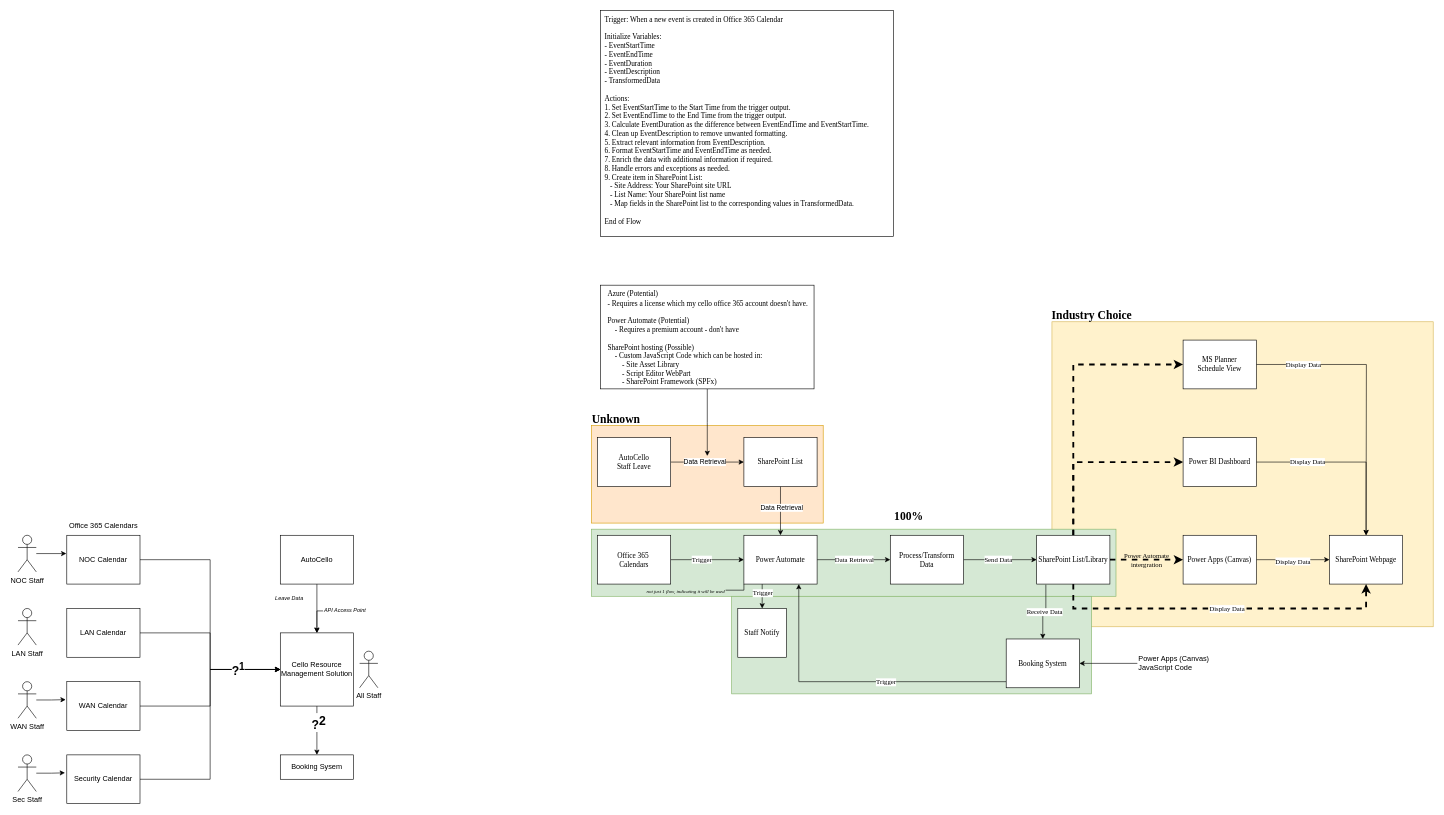
The draw.io diagram page "Dataflow" (1 of 2) of Dataflow and Design.drawio in Birphon/BCIS309-CelloProject, before the edit. Source tidied: cells renumbered, new cells numbered last; positions are measured from the earlier drawing's top-left corner, leaving out a move shared by most shapes. Both pictures are drawn from the tidied source at 61%, with x=0, y=0 at pixel (18, 10).
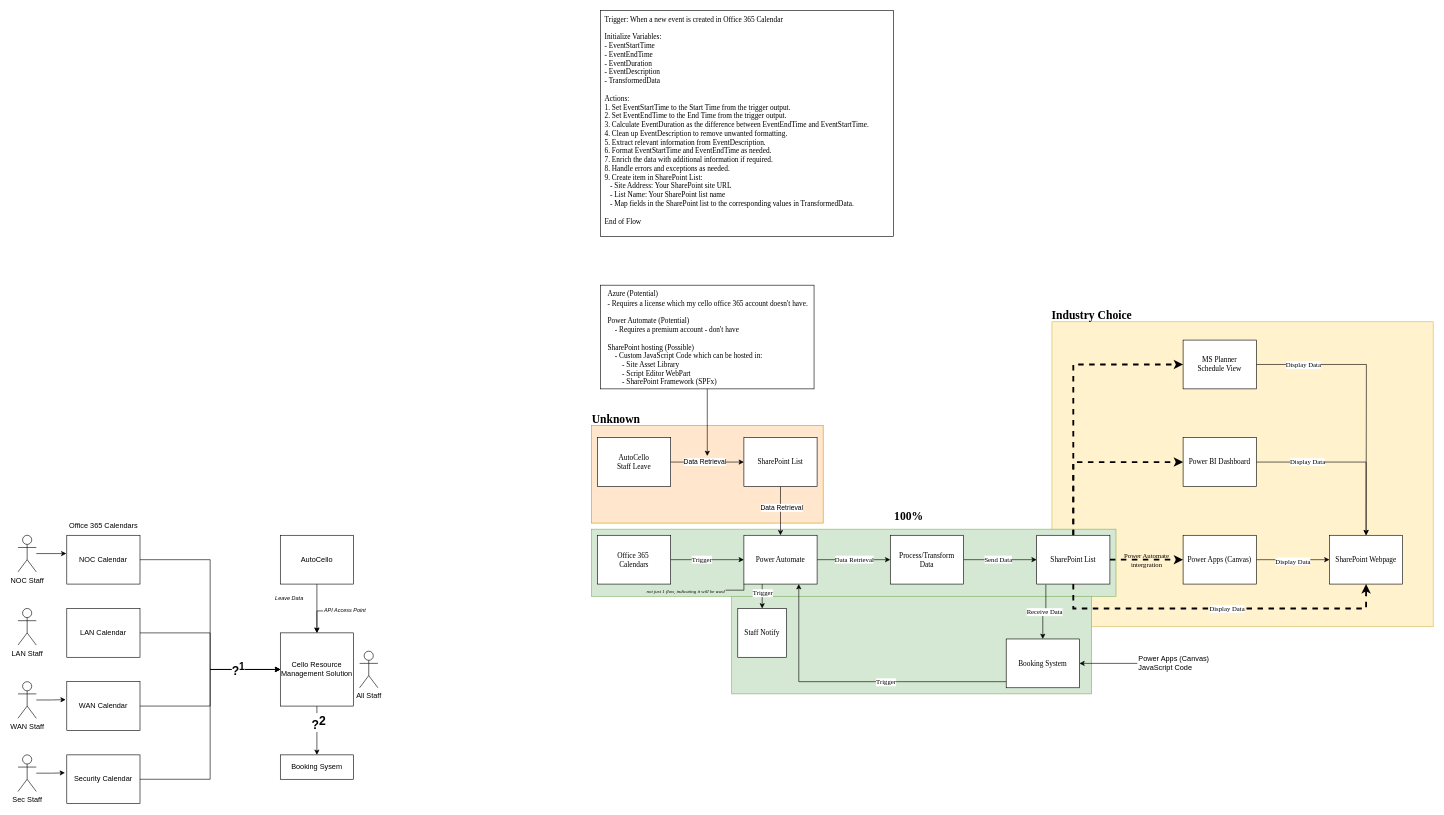
Above is the later version.

Diff of the diagram source:
```diff
@@
-    <mxCell id="57" value="SharePoint List/Library" style="rounded=0;whiteSpace=wrap;html=1;fontFamily=Times New Roman;" parent="1" vertex="1">
+    <mxCell id="57" value="SharePoint List" style="rounded=0;whiteSpace=wrap;html=1;fontFamily=Times New Roman;" parent="1" vertex="1">
       <mxGeometry x="1670" y="860" width="120" height="80" as="geometry" />
     </mxCell>
```
